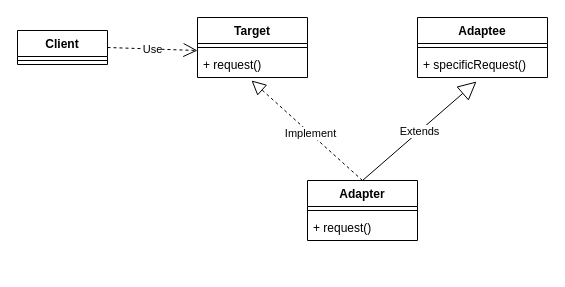
Above: 设计模式/适配器模式-对象适配器.drawio in g1823/Draw (draw.io), before the change. Source tidied: cells renumbered, new cells numbered last; positions are measured from the earlier drawing's top-left corner, leaving out a move shared by most shapes. Both pictures are drawn from the tidied source at 100%, with x=0, y=0 at pixel (17, 17).
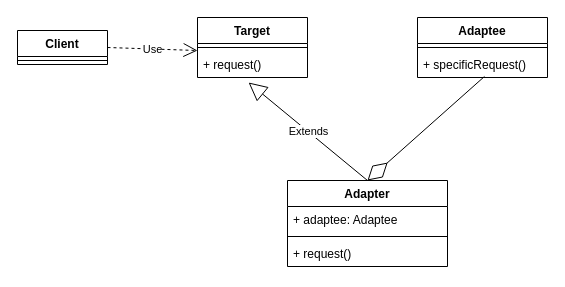
The same diagram, later.

Commit message:
更新适配器模式-对象适配器.drawio

Diff of the diagram source:
```diff
@@
 <mxGraphModel>
   <root>
     <mxCell id="0" />
     <mxCell id="1" parent="0" />
     <mxCell id="2" value="Client" style="swimlane;fontStyle=1;align=center;verticalAlign=top;horizontal=1;startSize=26;whiteSpace=wrap;html=1;" parent="1" vertex="1">
       <mxGeometry y="13" width="90" height="34" as="geometry" />
     </mxCell>
     <mxCell id="3" style="line;strokeWidth=1;fillColor=none;align=left;verticalAlign=middle;spacingTop=-1;spacingLeft=3;spacingRight=3;labelPosition=right;strokeColor=inherit;" parent="2" vertex="1">
       <mxGeometry y="26" width="90" height="8" as="geometry" />
     </mxCell>
     <mxCell id="4" value="Target" style="swimlane;fontStyle=1;align=center;verticalAlign=top;horizontal=1;startSize=26;whiteSpace=wrap;html=1;" parent="1" vertex="1">
       <mxGeometry x="180" width="110" height="60" as="geometry" />
     </mxCell>
     <mxCell id="5" style="line;strokeWidth=1;fillColor=none;align=left;verticalAlign=middle;spacingTop=-1;spacingLeft=3;spacingRight=3;labelPosition=right;strokeColor=inherit;" parent="4" vertex="1">
       <mxGeometry y="26" width="110" height="8" as="geometry" />
     </mxCell>
     <mxCell id="6" value="+ request()" style="text;strokeColor=none;fillColor=none;align=left;verticalAlign=top;spacingLeft=4;spacingRight=4;overflow=hidden;points=[[0,0.5],[1,0.5]];portConstraint=eastwest;whiteSpace=wrap;html=1;" parent="4" vertex="1">
       <mxGeometry y="34" width="110" height="26" as="geometry" />
     </mxCell>
     <mxCell id="7" value="Adaptee" style="swimlane;fontStyle=1;align=center;verticalAlign=top;horizontal=1;startSize=26;whiteSpace=wrap;html=1;" parent="1" vertex="1">
       <mxGeometry x="400" width="130" height="60" as="geometry" />
     </mxCell>
     <mxCell id="8" style="line;strokeWidth=1;fillColor=none;align=left;verticalAlign=middle;spacingTop=-1;spacingLeft=3;spacingRight=3;labelPosition=right;strokeColor=inherit;" parent="7" vertex="1">
       <mxGeometry y="26" width="130" height="8" as="geometry" />
     </mxCell>
     <mxCell id="9" value="+ specificRequest()" style="text;strokeColor=none;fillColor=none;align=left;verticalAlign=top;spacingLeft=4;spacingRight=4;overflow=hidden;points=[[0,0.5],[1,0.5]];portConstraint=eastwest;whiteSpace=wrap;html=1;" parent="7" vertex="1">
       <mxGeometry y="34" width="130" height="26" as="geometry" />
     </mxCell>
+    <mxCell id="16" value="Use" style="endArrow=open;endSize=12;dashed=1;html=1;rounded=0;exitX=1;exitY=0.5;exitDx=0;exitDy=0;entryX=0;entryY=-0.038;entryDx=0;entryDy=0;entryPerimeter=0;" parent="1" edge="1" source="2" target="6">
+      <mxGeometry relative="1" as="geometry" />
+    </mxCell>
     <mxCell id="10" value="Adapter" style="swimlane;fontStyle=1;align=center;verticalAlign=top;horizontal=1;startSize=26;whiteSpace=wrap;html=1;" parent="1" vertex="1">
-      <mxGeometry x="290" y="163" width="110" height="60" as="geometry" />
+      <mxGeometry x="270" y="163" width="160" height="86" as="geometry" />
     </mxCell>
-    <mxCell id="11" style="line;strokeWidth=1;fillColor=none;align=left;verticalAlign=middle;spacingTop=-1;spacingLeft=3;spacingRight=3;labelPosition=right;strokeColor=inherit;" parent="10" vertex="1">
-      <mxGeometry y="26" width="110" height="8" as="geometry" />
-    </mxCell>
+    <mxCell id="17" value="+ adaptee: Adaptee" style="text;strokeColor=none;fillColor=none;align=left;verticalAlign=top;spacingLeft=4;spacingRight=4;overflow=hidden;whiteSpace=wrap;html=1;" parent="10" vertex="1">
+      <mxGeometry y="26" width="160" height="26" as="geometry" />
+    </mxCell>
+    <mxCell id="18" style="line;strokeWidth=1;fillColor=none;align=left;verticalAlign=middle;spacingTop=-1;spacingLeft=3;spacingRight=3;labelPosition=right;strokeColor=inherit;" parent="10" vertex="1">
+      <mxGeometry y="52" width="160" height="8" as="geometry" />
+    </mxCell>
     <mxCell id="12" value="+ request()" style="text;strokeColor=none;fillColor=none;align=left;verticalAlign=top;spacingLeft=4;spacingRight=4;overflow=hidden;whiteSpace=wrap;html=1;" parent="10" vertex="1">
-      <mxGeometry y="34" width="110" height="26" as="geometry" />
+      <mxGeometry y="60" width="160" height="26" as="geometry" />
     </mxCell>
-    <mxCell id="13" value="Extends" style="endArrow=block;endSize=16;endFill=0;html=1;rounded=0;exitX=0.5;exitY=0;exitDx=0;exitDy=0;entryX=0.454;entryY=1.154;entryDx=0;entryDy=0;entryPerimeter=0;" parent="1" edge="1" source="10" target="9">
+    <mxCell id="13" value="Extends" style="endArrow=block;endSize=16;endFill=0;html=1;rounded=0;entryX=0.464;entryY=1.192;entryDx=0;entryDy=0;entryPerimeter=0;exitX=0.5;exitY=0;exitDx=0;exitDy=0;" parent="1" edge="1" source="10" target="6">
       <mxGeometry relative="1" as="geometry" />
     </mxCell>
-    <mxCell id="14" style="endArrow=block;dashed=1;endFill=0;endSize=12;html=1;rounded=0;exitX=0.5;exitY=0;exitDx=0;exitDy=0;entryX=0.491;entryY=1.115;entryDx=0;entryDy=0;entryPerimeter=0;" parent="1" edge="1" source="10" target="6">
-      <mxGeometry relative="1" as="geometry" />
-    </mxCell>
-    <mxCell id="15" value="Implement" style="edgeLabel;html=1;align=center;verticalAlign=middle;" parent="14" vertex="1">
-      <mxGeometry x="-0.05" relative="1" as="geometry" />
-    </mxCell>
-    <mxCell id="16" value="Use" style="endArrow=open;endSize=12;dashed=1;html=1;rounded=0;exitX=1;exitY=0.5;exitDx=0;exitDy=0;entryX=0;entryY=-0.038;entryDx=0;entryDy=0;entryPerimeter=0;" parent="1" edge="1" source="2" target="6">
-      <mxGeometry relative="1" as="geometry" />
-    </mxCell>
+    <mxCell id="19" style="endArrow=diamondThin;endFill=0;endSize=24;html=1;rounded=0;exitX=0.515;exitY=0.962;exitDx=0;exitDy=0;exitPerimeter=0;entryX=0.5;entryY=0;entryDx=0;entryDy=0;" parent="1" edge="1" source="9" target="10">
+      <mxGeometry relative="1" as="geometry" />
+    </mxCell>
   </root>
 </mxGraphModel>
```
